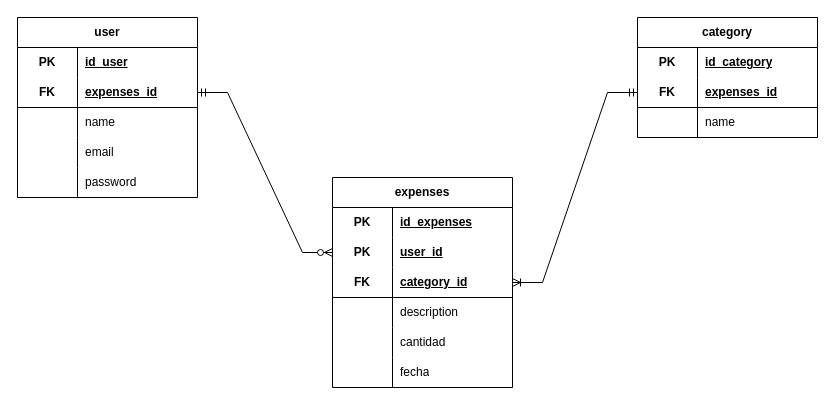
Earlier version of the draw.io diagram db_proyecto_integrador.drawio (EDUFINANCE123/EDUFINANCE-FRONT). Source tidied: cells renumbered, new cells numbered last; positions are measured from the earlier drawing's top-left corner, leaving out a move shared by most shapes. Both pictures are drawn from the tidied source at 100%, with x=0, y=0 at pixel (17, 17).
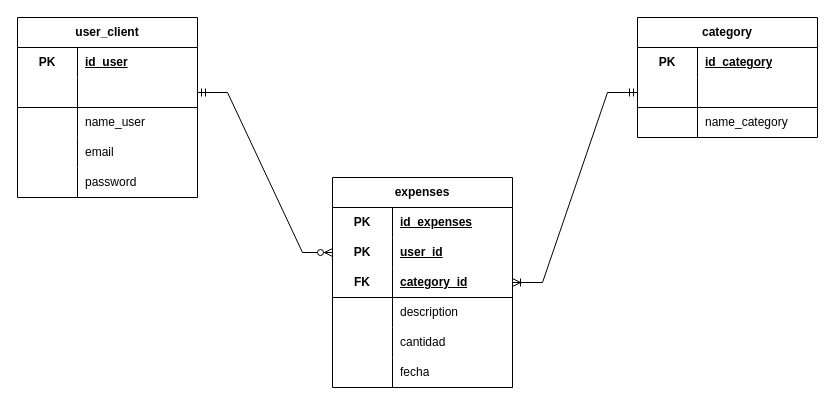
After the change.

The change refers to these unchanged cells:
```xml
<mxCell id="6" style="shape=tableRow;horizontal=0;startSize=0;swimlaneHead=0;swimlaneBody=0;fillColor=none;points=[[0,0.5],[1,0.5]];portConstraint=eastwest;top=0;left=0;right=0;bottom=1;html=1;" parent="2" vertex="1">
  <mxGeometry y="60" width="180" height="30" as="geometry" />
</mxCell>
<mxCell id="9" style="shape=tableRow;horizontal=0;startSize=0;swimlaneHead=0;swimlaneBody=0;fillColor=none;top=0;left=0;right=0;bottom=0;html=1;" parent="2" vertex="1">
  <mxGeometry y="90" width="180" height="30" as="geometry" />
</mxCell>
<mxCell id="22" style="shape=tableRow;horizontal=0;startSize=0;swimlaneHead=0;swimlaneBody=0;fillColor=none;points=[[0,0.5],[1,0.5]];portConstraint=eastwest;top=0;left=0;right=0;bottom=1;html=1;" parent="18" vertex="1">
  <mxGeometry y="60" width="180" height="30" as="geometry" />
</mxCell>
<mxCell id="25" style="shape=tableRow;horizontal=0;startSize=0;swimlaneHead=0;swimlaneBody=0;fillColor=none;top=0;left=0;right=0;bottom=0;html=1;" parent="18" vertex="1">
  <mxGeometry y="90" width="180" height="30" as="geometry" />
</mxCell>
```

Diff of the diagram source:
```diff
@@
-    <mxCell id="2" value="user" style="shape=table;startSize=30;childLayout=tableLayout;rowLines=0;fontStyle=1;align=center;html=1;whiteSpace=wrap;" parent="1" vertex="1">
+    <mxCell id="2" value="user_client" style="shape=table;startSize=30;childLayout=tableLayout;rowLines=0;fontStyle=1;align=center;html=1;whiteSpace=wrap;" parent="1" vertex="1">
       <mxGeometry width="180" height="180" as="geometry" />
     </mxCell>
@@
-    <mxCell id="7" value="FK" style="shape=partialRectangle;fillColor=none;top=0;left=0;bottom=0;right=0;fontStyle=1;overflow=hidden;html=1;whiteSpace=wrap;" parent="6" vertex="1">
+    <mxCell id="7" style="shape=partialRectangle;fillColor=none;top=0;left=0;bottom=0;right=0;fontStyle=1;overflow=hidden;html=1;whiteSpace=wrap;" parent="6" vertex="1">
       <mxGeometry width="60" height="30" as="geometry" />
     </mxCell>
-    <mxCell id="8" value="expenses_id" style="shape=partialRectangle;fillColor=none;top=0;left=0;bottom=0;right=0;align=left;spacingLeft=6;fontStyle=5;overflow=hidden;html=1;whiteSpace=wrap;" parent="6" vertex="1">
+    <mxCell id="8" style="shape=partialRectangle;fillColor=none;top=0;left=0;bottom=0;right=0;align=left;spacingLeft=6;fontStyle=5;overflow=hidden;html=1;whiteSpace=wrap;" parent="6" vertex="1">
       <mxGeometry x="60" width="120" height="30" as="geometry" />
     </mxCell>
@@
-    <mxCell id="11" value="name" style="shape=partialRectangle;fillColor=none;top=0;left=0;bottom=0;right=0;align=left;spacingLeft=6;overflow=hidden;html=1;whiteSpace=wrap;" parent="9" vertex="1">
+    <mxCell id="11" value="name_user" style="shape=partialRectangle;fillColor=none;top=0;left=0;bottom=0;right=0;align=left;spacingLeft=6;overflow=hidden;html=1;whiteSpace=wrap;" parent="9" vertex="1">
       <mxGeometry x="60" width="120" height="30" as="geometry" />
     </mxCell>
@@
-    <mxCell id="23" value="FK" style="shape=partialRectangle;fillColor=none;top=0;left=0;bottom=0;right=0;fontStyle=1;overflow=hidden;html=1;whiteSpace=wrap;" parent="22" vertex="1">
+    <mxCell id="23" style="shape=partialRectangle;fillColor=none;top=0;left=0;bottom=0;right=0;fontStyle=1;overflow=hidden;html=1;whiteSpace=wrap;" parent="22" vertex="1">
       <mxGeometry width="60" height="30" as="geometry" />
     </mxCell>
-    <mxCell id="24" value="expenses_id" style="shape=partialRectangle;fillColor=none;top=0;left=0;bottom=0;right=0;align=left;spacingLeft=6;fontStyle=5;overflow=hidden;html=1;whiteSpace=wrap;" parent="22" vertex="1">
+    <mxCell id="24" style="shape=partialRectangle;fillColor=none;top=0;left=0;bottom=0;right=0;align=left;spacingLeft=6;fontStyle=5;overflow=hidden;html=1;whiteSpace=wrap;" parent="22" vertex="1">
       <mxGeometry x="60" width="120" height="30" as="geometry" />
     </mxCell>
@@
-    <mxCell id="27" value="name" style="shape=partialRectangle;fillColor=none;top=0;left=0;bottom=0;right=0;align=left;spacingLeft=6;overflow=hidden;html=1;whiteSpace=wrap;" parent="25" vertex="1">
+    <mxCell id="27" value="name_category" style="shape=partialRectangle;fillColor=none;top=0;left=0;bottom=0;right=0;align=left;spacingLeft=6;overflow=hidden;html=1;whiteSpace=wrap;" parent="25" vertex="1">
       <mxGeometry x="60" width="120" height="30" as="geometry" />
     </mxCell>
```
